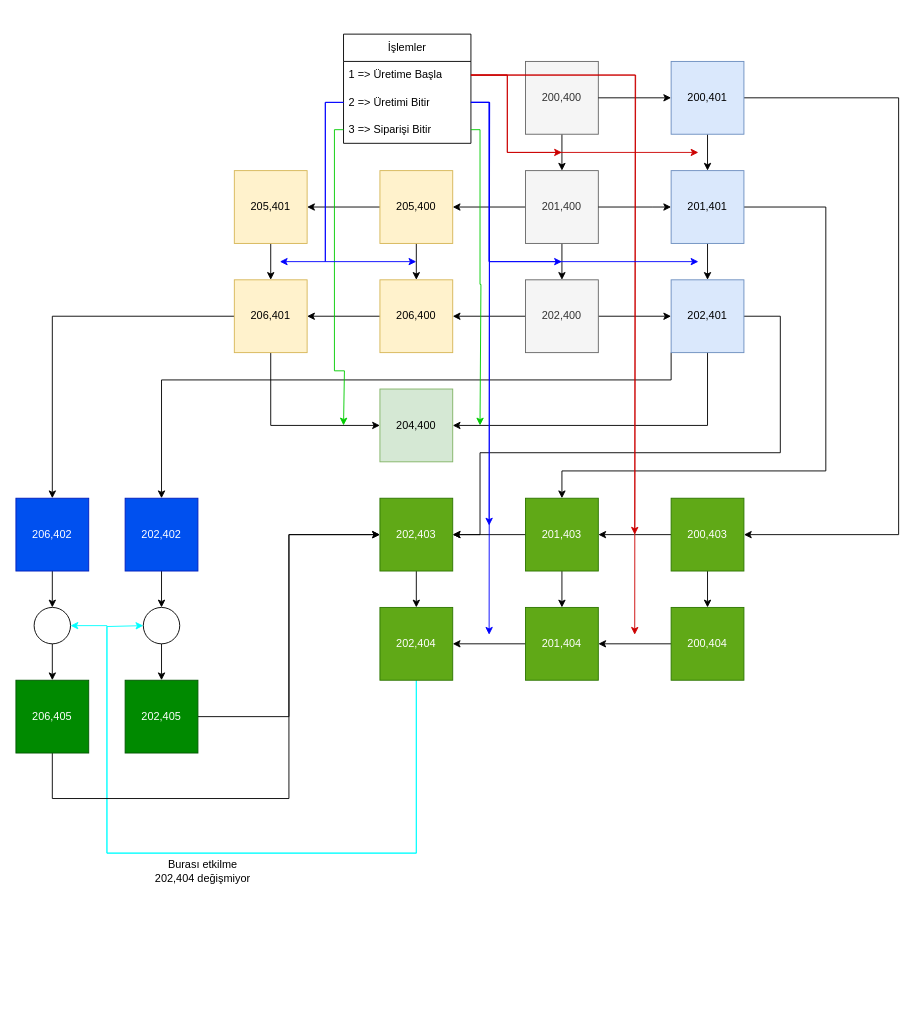
KaanAkcan1/Charts keeps this draw.io diagram as Başlıksız Diyagram.drawio. Above is the earlier version. Source tidied: cells renumbered, new cells numbered last; positions are measured from the earlier drawing's top-left corner, leaving out a move shared by most shapes. Both pictures are drawn from the tidied source at 91%, with x=0, y=0 at pixel (15, 34).
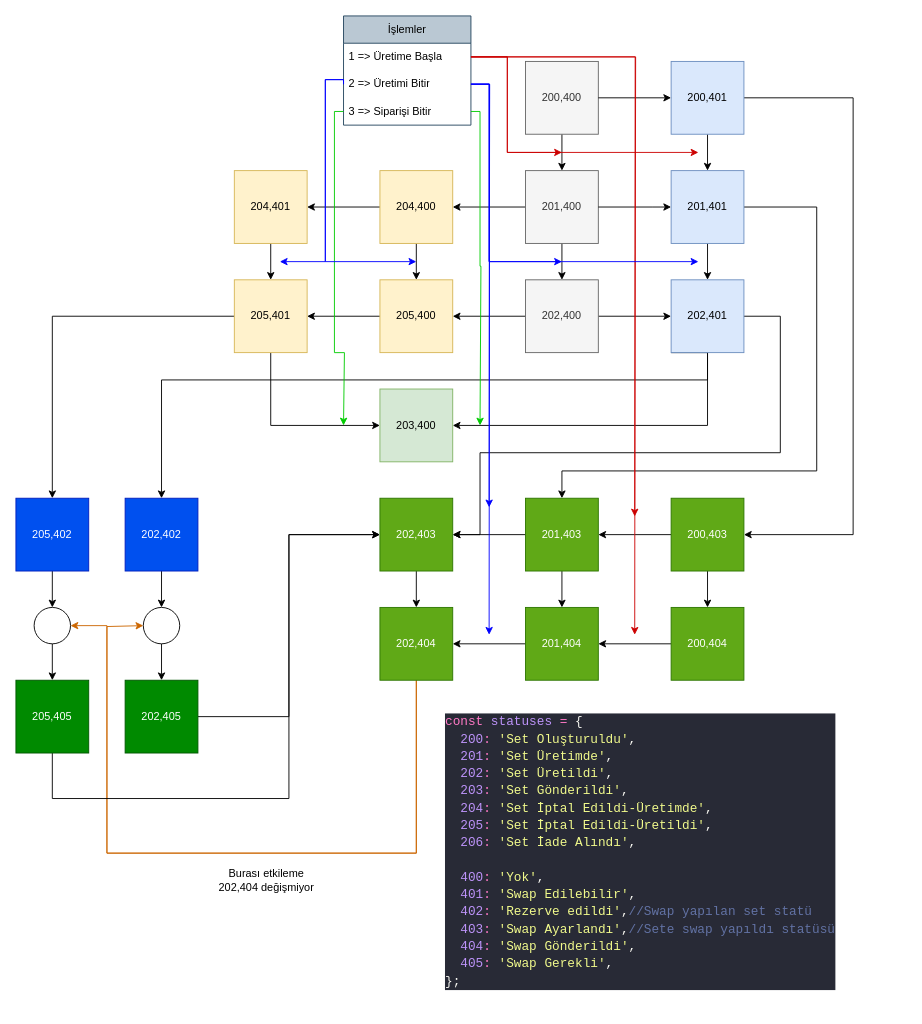
The same page after the edit.

The change refers to these unchanged cells:
```xml
<mxCell id="10" value="200,401" style="whiteSpace=wrap;html=1;fillColor=#dae8fc;strokeColor=#6c8ebf;" parent="1" vertex="1">
  <mxGeometry x="720" y="30" width="80" height="80" as="geometry" />
</mxCell>
<mxCell id="16" value="201,401" style="whiteSpace=wrap;html=1;fillColor=#dae8fc;strokeColor=#6c8ebf;" parent="1" vertex="1">
  <mxGeometry x="720" y="150" width="80" height="80" as="geometry" />
</mxCell>
<mxCell id="20" value="202,401" style="whiteSpace=wrap;html=1;fillColor=#dae8fc;strokeColor=#6c8ebf;" parent="1" vertex="1">
  <mxGeometry x="720" y="270" width="80" height="80" as="geometry" />
</mxCell>
<mxCell id="36" value="200,403" style="whiteSpace=wrap;html=1;fillColor=#60a917;strokeColor=#2D7600;fontColor=#ffffff;" parent="1" vertex="1">
  <mxGeometry x="720" y="510" width="80" height="80" as="geometry" />
</mxCell>
<mxCell id="41" value="201,403" style="whiteSpace=wrap;html=1;fillColor=#60a917;fontColor=#ffffff;strokeColor=#2D7600;" parent="1" vertex="1">
  <mxGeometry x="560" y="510" width="80" height="80" as="geometry" />
</mxCell>
<mxCell id="48" value="202,404" style="whiteSpace=wrap;html=1;fillColor=#60a917;fontColor=#ffffff;strokeColor=#2D7600;" parent="1" vertex="1">
  <mxGeometry x="400" y="630" width="80" height="80" as="geometry" />
</mxCell>
<mxCell id="50" value="202,402" style="whiteSpace=wrap;html=1;fillColor=#0050ef;fontColor=#ffffff;strokeColor=#001DBC;" parent="1" vertex="1">
  <mxGeometry x="120" y="510" width="80" height="80" as="geometry" />
</mxCell>
<mxCell id="59" style="ellipse;whiteSpace=wrap;html=1;" parent="1" vertex="1">
  <mxGeometry x="20" y="630" width="40" height="40" as="geometry" />
</mxCell>
<mxCell id="65" value="1 =&amp;gt; Üretime Başla" style="text;strokeColor=none;fillColor=none;align=left;verticalAlign=middle;spacingLeft=4;spacingRight=4;overflow=hidden;points=[[0,0.5],[1,0.5]];portConstraint=eastwest;whiteSpace=wrap;html=1;" parent="62" vertex="1">
  <mxGeometry y="30" width="140" height="30" as="geometry" />
</mxCell>
<mxCell id="68" value="2 =&amp;gt; Üretimi Bitir" style="text;strokeColor=none;fillColor=none;align=left;verticalAlign=middle;spacingLeft=4;spacingRight=4;overflow=hidden;points=[[0,0.5],[1,0.5]];portConstraint=eastwest;whiteSpace=wrap;html=1;" parent="62" vertex="1">
  <mxGeometry y="60" width="140" height="30" as="geometry" />
</mxCell>
<mxCell id="71" value="3 =&amp;gt; Siparişi Bitir" style="text;strokeColor=none;fillColor=none;align=left;verticalAlign=middle;spacingLeft=4;spacingRight=4;overflow=hidden;points=[[0,0.5],[1,0.5]];portConstraint=eastwest;whiteSpace=wrap;html=1;" parent="62" vertex="1">
  <mxGeometry y="90" width="140" height="30" as="geometry" />
</mxCell>
```

Change to the diagram source:
```diff
@@
     <mxCell id="9" style="edgeStyle=orthogonalEdgeStyle;rounded=0;jettySize=auto;html=1;entryX=1;entryY=0.5;entryDx=0;entryDy=0;" parent="1" edge="1" source="10" target="36">
       <mxGeometry relative="1" as="geometry">
         <Array as="points">
-          <mxPoint x="970" y="70" />
-          <mxPoint x="970" y="550" />
+          <mxPoint x="920" y="70" />
+          <mxPoint x="920" y="550" />
         </Array>
       </mxGeometry>
     </mxCell>
@@
     <mxCell id="15" style="edgeStyle=orthogonalEdgeStyle;rounded=0;jettySize=auto;html=1;" parent="1" edge="1" source="16" target="41">
       <mxGeometry relative="1" as="geometry">
         <Array as="points">
-          <mxPoint x="890" y="190" />
-          <mxPoint x="890" y="480" />
+          <mxPoint x="880" y="190" />
+          <mxPoint x="880" y="480" />
           <mxPoint x="600" y="480" />
         </Array>
       </mxGeometry>
     </mxCell>
@@
     <mxCell id="19" style="edgeStyle=orthogonalEdgeStyle;rounded=0;jettySize=auto;html=1;exitX=0;exitY=1;exitDx=0;exitDy=0;entryX=0.5;entryY=0;entryDx=0;entryDy=0;" parent="1" edge="1" source="20" target="50">
       <mxGeometry relative="1" as="geometry">
         <Array as="points">
-          <mxPoint x="720" y="380" />
+          <mxPoint x="760" y="350" />
+          <mxPoint x="760" y="380" />
           <mxPoint x="160" y="380" />
         </Array>
       </mxGeometry>
     </mxCell>
@@
-    <mxCell id="21" value="204,400" style="whiteSpace=wrap;html=1;fillColor=#d5e8d4;strokeColor=#82b366;" parent="1" vertex="1">
+    <mxCell id="21" value="203,400" style="whiteSpace=wrap;html=1;fillColor=#d5e8d4;strokeColor=#82b366;" parent="1" vertex="1">
       <mxGeometry x="400" y="390" width="80" height="80" as="geometry" />
     </mxCell>
@@
-    <mxCell id="25" value="205,400" style="whiteSpace=wrap;html=1;fillColor=#fff2cc;strokeColor=#d6b656;" parent="1" vertex="1">
+    <mxCell id="25" value="204,400" style="whiteSpace=wrap;html=1;fillColor=#fff2cc;strokeColor=#d6b656;" parent="1" vertex="1">
       <mxGeometry x="400" y="150" width="80" height="80" as="geometry" />
     </mxCell>
@@
-    <mxCell id="27" value="206,400" style="whiteSpace=wrap;html=1;fillColor=#fff2cc;strokeColor=#d6b656;" parent="1" vertex="1">
+    <mxCell id="27" value="205,400" style="whiteSpace=wrap;html=1;fillColor=#fff2cc;strokeColor=#d6b656;" parent="1" vertex="1">
       <mxGeometry x="400" y="270" width="80" height="80" as="geometry" />
     </mxCell>
@@
-    <mxCell id="29" value="205,401" style="whiteSpace=wrap;html=1;fillColor=#fff2cc;strokeColor=#d6b656;" parent="1" vertex="1">
+    <mxCell id="29" value="204,401" style="whiteSpace=wrap;html=1;fillColor=#fff2cc;strokeColor=#d6b656;" parent="1" vertex="1">
       <mxGeometry x="240" y="150" width="80" height="80" as="geometry" />
     </mxCell>
@@
-    <mxCell id="32" value="206,401" style="whiteSpace=wrap;html=1;fillColor=#fff2cc;strokeColor=#d6b656;" parent="1" vertex="1">
+    <mxCell id="32" value="205,401" style="whiteSpace=wrap;html=1;fillColor=#fff2cc;strokeColor=#d6b656;" parent="1" vertex="1">
       <mxGeometry x="240" y="270" width="80" height="80" as="geometry" />
     </mxCell>
@@
-    <mxCell id="46" style="edgeStyle=orthogonalEdgeStyle;rounded=0;jettySize=auto;html=1;strokeColor=#00FFFF;" parent="1" edge="1" source="48">
+    <mxCell id="46" style="edgeStyle=orthogonalEdgeStyle;rounded=0;jettySize=auto;html=1;strokeColor=#CC6600;" parent="1" edge="1" source="48">
       <mxGeometry relative="1" as="geometry">
         <mxPoint x="140" y="650" as="targetPoint" />
         <Array as="points">
           <mxPoint x="440" y="900" />
           <mxPoint x="100" y="900" />
           <mxPoint x="100" y="651" />
         </Array>
       </mxGeometry>
     </mxCell>
-    <mxCell id="47" style="edgeStyle=orthogonalEdgeStyle;rounded=0;jettySize=auto;html=1;entryX=1;entryY=0.5;entryDx=0;entryDy=0;strokeColor=#00FFFF;" parent="1" edge="1" source="48" target="59">
+    <mxCell id="47" style="edgeStyle=orthogonalEdgeStyle;rounded=0;jettySize=auto;html=1;entryX=1;entryY=0.5;entryDx=0;entryDy=0;strokeColor=#CC6600;" parent="1" edge="1" source="48" target="59">
       <mxGeometry relative="1" as="geometry">
         <Array as="points">
           <mxPoint x="440" y="900" />
           <mxPoint x="100" y="900" />
           <mxPoint x="100" y="650" />
         </Array>
       </mxGeometry>
     </mxCell>
@@
-    <mxCell id="52" value="206,402" style="whiteSpace=wrap;html=1;fillColor=#0050ef;fontColor=#ffffff;strokeColor=#001DBC;" parent="1" vertex="1">
+    <mxCell id="52" value="205,402" style="whiteSpace=wrap;html=1;fillColor=#0050ef;fontColor=#ffffff;strokeColor=#001DBC;" parent="1" vertex="1">
       <mxGeometry y="510" width="80" height="80" as="geometry" />
     </mxCell>
@@
-    <mxCell id="57" value="Burası etkilme&lt;br&gt;202,404 değişmiyor" style="text;html=1;align=center;verticalAlign=middle;strokeColor=none;fillColor=none;" parent="1" vertex="1">
-      <mxGeometry x="140" y="900" width="130" height="40" as="geometry" />
+    <mxCell id="57" value="Burası etkileme&lt;br&gt;202,404 değişmiyor" style="text;html=1;align=center;verticalAlign=middle;strokeColor=none;fillColor=none;" parent="1" vertex="1">
+      <mxGeometry x="210" y="910" width="130" height="40" as="geometry" />
     </mxCell>
@@
-    <mxCell id="61" value="206,405" style="whiteSpace=wrap;html=1;fillColor=#008a00;fontColor=#ffffff;strokeColor=#005700;" parent="1" vertex="1">
+    <mxCell id="61" value="205,405" style="whiteSpace=wrap;html=1;fillColor=#008a00;fontColor=#ffffff;strokeColor=#005700;" parent="1" vertex="1">
       <mxGeometry y="710" width="80" height="80" as="geometry" />
     </mxCell>
-    <mxCell id="62" value="İşlemler" style="swimlane;fontStyle=0;horizontal=1;startSize=30;whiteSpace=wrap;html=1;" parent="1" vertex="1">
-      <mxGeometry x="360" width="140" height="120" as="geometry" />
+    <mxCell id="62" value="İşlemler" style="swimlane;fontStyle=0;horizontal=1;startSize=30;whiteSpace=wrap;html=1;fillColor=#bac8d3;strokeColor=#23445d;" parent="1" vertex="1">
+      <mxGeometry x="360" y="-20" width="140" height="120" as="geometry" />
     </mxCell>
@@
     <mxCell id="64" style="edgeStyle=orthogonalEdgeStyle;rounded=0;jettySize=auto;html=1;exitX=1;exitY=0.5;exitDx=0;exitDy=0;strokeColor=#CC0000;" parent="62" edge="1" source="65">
       <mxGeometry relative="1" as="geometry">
-        <mxPoint x="320" y="660" as="targetPoint" />
+        <mxPoint x="320" y="680" as="targetPoint" />
       </mxGeometry>
     </mxCell>
@@
     <mxCell id="67" style="edgeStyle=orthogonalEdgeStyle;rounded=0;jettySize=auto;html=1;exitX=1;exitY=0.5;exitDx=0;exitDy=0;strokeColor=#0000FF;" parent="62" edge="1" source="68">
       <mxGeometry relative="1" as="geometry">
-        <mxPoint x="160" y="660" as="targetPoint" />
+        <mxPoint x="160" y="680" as="targetPoint" />
       </mxGeometry>
     </mxCell>
@@
     <mxCell id="69" style="edgeStyle=orthogonalEdgeStyle;rounded=0;jettySize=auto;html=1;strokeColor=#00CC00;" parent="62" edge="1" source="71">
       <mxGeometry relative="1" as="geometry">
-        <mxPoint y="430" as="targetPoint" />
+        <mxPoint y="450" as="targetPoint" />
         <Array as="points">
           <mxPoint x="-10" y="105" />
           <mxPoint x="-10" y="370" />
           <mxPoint x="1" y="370" />
         </Array>
       </mxGeometry>
     </mxCell>
     <mxCell id="70" style="edgeStyle=orthogonalEdgeStyle;rounded=0;jettySize=auto;html=1;exitX=1;exitY=0.5;exitDx=0;exitDy=0;strokeColor=#00CC00;" parent="62" edge="1" source="71">
       <mxGeometry relative="1" as="geometry">
-        <mxPoint x="150" y="430" as="targetPoint" />
+        <mxPoint x="150" y="450" as="targetPoint" />
         <Array as="points">
           <mxPoint x="150" y="105" />
           <mxPoint x="150" y="275" />
           <mxPoint x="151" y="275" />
         </Array>
       </mxGeometry>
     </mxCell>
@@
     <mxCell id="72" style="edgeStyle=orthogonalEdgeStyle;rounded=0;jettySize=auto;html=1;exitX=1;exitY=0.5;exitDx=0;exitDy=0;strokeColor=#CC0000;" parent="1" edge="1" source="65">
       <mxGeometry relative="1" as="geometry">
         <mxPoint x="600" y="130" as="targetPoint" />
         <Array as="points">
-          <mxPoint x="540" y="45" />
+          <mxPoint x="540" y="25" />
           <mxPoint x="540" y="130" />
         </Array>
       </mxGeometry>
     </mxCell>
     <mxCell id="73" style="edgeStyle=orthogonalEdgeStyle;rounded=0;jettySize=auto;html=1;exitX=1;exitY=0.5;exitDx=0;exitDy=0;strokeColor=#CC0000;" parent="1" edge="1" source="65">
       <mxGeometry relative="1" as="geometry">
         <mxPoint x="750" y="130" as="targetPoint" />
         <Array as="points">
-          <mxPoint x="540" y="45" />
+          <mxPoint x="540" y="25" />
           <mxPoint x="540" y="130" />
         </Array>
       </mxGeometry>
     </mxCell>
     <mxCell id="74" style="edgeStyle=orthogonalEdgeStyle;rounded=0;jettySize=auto;html=1;strokeColor=#0000FF;" parent="1" edge="1" source="68">
       <mxGeometry relative="1" as="geometry">
         <mxPoint x="600" y="250" as="targetPoint" />
         <Array as="points">
-          <mxPoint x="520" y="75" />
+          <mxPoint x="520" y="55" />
           <mxPoint x="520" y="250" />
         </Array>
       </mxGeometry>
     </mxCell>
     <mxCell id="75" style="edgeStyle=orthogonalEdgeStyle;rounded=0;jettySize=auto;html=1;strokeColor=#0000FF;" parent="1" edge="1" source="68">
       <mxGeometry relative="1" as="geometry">
         <mxPoint x="750" y="250" as="targetPoint" />
         <Array as="points">
-          <mxPoint x="520" y="75" />
+          <mxPoint x="520" y="55" />
           <mxPoint x="520" y="250" />
         </Array>
       </mxGeometry>
     </mxCell>
     <mxCell id="76" style="edgeStyle=orthogonalEdgeStyle;rounded=0;jettySize=auto;html=1;exitX=0;exitY=0.5;exitDx=0;exitDy=0;strokeColor=#0000FF;" parent="1" edge="1" source="68">
       <mxGeometry relative="1" as="geometry">
         <mxPoint x="290" y="250" as="targetPoint" />
         <Array as="points">
-          <mxPoint x="340" y="75" />
+          <mxPoint x="360" y="50" />
+          <mxPoint x="340" y="50" />
           <mxPoint x="340" y="250" />
         </Array>
       </mxGeometry>
     </mxCell>
     <mxCell id="77" style="edgeStyle=orthogonalEdgeStyle;rounded=0;jettySize=auto;html=1;exitX=0;exitY=0.5;exitDx=0;exitDy=0;strokeColor=#0000FF;" parent="1" edge="1" source="68">
       <mxGeometry relative="1" as="geometry">
         <mxPoint x="440" y="250" as="targetPoint" />
         <Array as="points">
-          <mxPoint x="340" y="75" />
+          <mxPoint x="360" y="50" />
+          <mxPoint x="340" y="50" />
           <mxPoint x="340" y="250" />
         </Array>
       </mxGeometry>
     </mxCell>
+    <mxCell id="78" value="&lt;div style=&quot;color: #f8f8f2;background-color: #282a36;font-family: Consolas, 'Courier New', monospace;font-weight: normal;font-size: 14px;line-height: 19px;white-space: pre;&quot;&gt;&lt;div&gt;&lt;span style=&quot;color: #ff79c6;&quot;&gt;const&lt;/span&gt;&lt;span style=&quot;color: #f8f8f2;&quot;&gt; &lt;/span&gt;&lt;span style=&quot;color: #bd93f9;&quot;&gt;statuses&lt;/span&gt;&lt;span style=&quot;color: #f8f8f2;&quot;&gt; &lt;/span&gt;&lt;span style=&quot;color: #ff79c6;&quot;&gt;=&lt;/span&gt;&lt;span style=&quot;color: #f8f8f2;&quot;&gt; {&lt;/span&gt;&lt;/div&gt;&lt;div&gt;&lt;span style=&quot;color: #f8f8f2;&quot;&gt;&amp;nbsp; &lt;/span&gt;&lt;span style=&quot;color: #bd93f9;&quot;&gt;200&lt;/span&gt;&lt;span style=&quot;color: #ff79c6;&quot;&gt;:&lt;/span&gt;&lt;span style=&quot;color: #f8f8f2;&quot;&gt; &lt;/span&gt;&lt;span style=&quot;color: #e9f284;&quot;&gt;'&lt;/span&gt;&lt;span style=&quot;color: #f1fa8c;&quot;&gt;Set Oluşturuldu&lt;/span&gt;&lt;span style=&quot;color: #e9f284;&quot;&gt;'&lt;/span&gt;&lt;span style=&quot;color: #f8f8f2;&quot;&gt;,&lt;/span&gt;&lt;/div&gt;&lt;div&gt;&lt;span style=&quot;color: #f8f8f2;&quot;&gt;&amp;nbsp; &lt;/span&gt;&lt;span style=&quot;color: #bd93f9;&quot;&gt;201&lt;/span&gt;&lt;span style=&quot;color: #ff79c6;&quot;&gt;:&lt;/span&gt;&lt;span style=&quot;color: #f8f8f2;&quot;&gt; &lt;/span&gt;&lt;span style=&quot;color: #e9f284;&quot;&gt;'&lt;/span&gt;&lt;span style=&quot;color: #f1fa8c;&quot;&gt;Set Üretimde&lt;/span&gt;&lt;span style=&quot;color: #e9f284;&quot;&gt;'&lt;/span&gt;&lt;span style=&quot;color: #f8f8f2;&quot;&gt;,&lt;/span&gt;&lt;/div&gt;&lt;div&gt;&lt;span style=&quot;color: #f8f8f2;&quot;&gt;&amp;nbsp; &lt;/span&gt;&lt;span style=&quot;color: #bd93f9;&quot;&gt;202&lt;/span&gt;&lt;span style=&quot;color: #ff79c6;&quot;&gt;:&lt;/span&gt;&lt;span style=&quot;color: #f8f8f2;&quot;&gt; &lt;/span&gt;&lt;span style=&quot;color: #e9f284;&quot;&gt;'&lt;/span&gt;&lt;span style=&quot;color: #f1fa8c;&quot;&gt;Set Üretildi&lt;/span&gt;&lt;span style=&quot;color: #e9f284;&quot;&gt;'&lt;/span&gt;&lt;span style=&quot;color: #f8f8f2;&quot;&gt;,&lt;/span&gt;&lt;/div&gt;&lt;div&gt;&lt;span style=&quot;color: #f8f8f2;&quot;&gt;&amp;nbsp; &lt;/span&gt;&lt;span style=&quot;color: #bd93f9;&quot;&gt;203&lt;/span&gt;&lt;span style=&quot;color: #ff79c6;&quot;&gt;:&lt;/span&gt;&lt;span style=&quot;color: #f8f8f2;&quot;&gt; &lt;/span&gt;&lt;span style=&quot;color: #e9f284;&quot;&gt;'&lt;/span&gt;&lt;span style=&quot;color: #f1fa8c;&quot;&gt;Set Gönderildi&lt;/span&gt;&lt;span style=&quot;color: #e9f284;&quot;&gt;'&lt;/span&gt;&lt;span style=&quot;color: #f8f8f2;&quot;&gt;,&lt;/span&gt;&lt;/div&gt;&lt;div&gt;&lt;span style=&quot;color: #f8f8f2;&quot;&gt;&amp;nbsp; &lt;/span&gt;&lt;span style=&quot;color: #bd93f9;&quot;&gt;204&lt;/span&gt;&lt;span style=&quot;color: #ff79c6;&quot;&gt;:&lt;/span&gt;&lt;span style=&quot;color: #f8f8f2;&quot;&gt; &lt;/span&gt;&lt;span style=&quot;color: #e9f284;&quot;&gt;'&lt;/span&gt;&lt;span style=&quot;color: #f1fa8c;&quot;&gt;Set İptal Edildi-Üretimde&lt;/span&gt;&lt;span style=&quot;color: #e9f284;&quot;&gt;'&lt;/span&gt;&lt;span style=&quot;color: #f8f8f2;&quot;&gt;,&lt;/span&gt;&lt;/div&gt;&lt;div&gt;&lt;span style=&quot;color: #f8f8f2;&quot;&gt;&amp;nbsp; &lt;/span&gt;&lt;span style=&quot;color: #bd93f9;&quot;&gt;205&lt;/span&gt;&lt;span style=&quot;color: #ff79c6;&quot;&gt;:&lt;/span&gt;&lt;span style=&quot;color: #f8f8f2;&quot;&gt; &lt;/span&gt;&lt;span style=&quot;color: #e9f284;&quot;&gt;'&lt;/span&gt;&lt;span style=&quot;color: #f1fa8c;&quot;&gt;Set İptal Edildi-Üretildi&lt;/span&gt;&lt;span style=&quot;color: #e9f284;&quot;&gt;'&lt;/span&gt;&lt;span style=&quot;color: #f8f8f2;&quot;&gt;,&lt;/span&gt;&lt;/div&gt;&lt;div&gt;&lt;span style=&quot;color: #f8f8f2;&quot;&gt;&amp;nbsp; &lt;/span&gt;&lt;span style=&quot;color: #bd93f9;&quot;&gt;206&lt;/span&gt;&lt;span style=&quot;color: #ff79c6;&quot;&gt;:&lt;/span&gt;&lt;span style=&quot;color: #f8f8f2;&quot;&gt; &lt;/span&gt;&lt;span style=&quot;color: #e9f284;&quot;&gt;'&lt;/span&gt;&lt;span style=&quot;color: #f1fa8c;&quot;&gt;Set İade Alındı&lt;/span&gt;&lt;span style=&quot;color: #e9f284;&quot;&gt;'&lt;/span&gt;&lt;span style=&quot;color: #f8f8f2;&quot;&gt;,&lt;/span&gt;&lt;/div&gt;&lt;br&gt;&lt;div&gt;&lt;span style=&quot;color: #f8f8f2;&quot;&gt;&amp;nbsp; &lt;/span&gt;&lt;span style=&quot;color: #bd93f9;&quot;&gt;400&lt;/span&gt;&lt;span style=&quot;color: #ff79c6;&quot;&gt;:&lt;/span&gt;&lt;span style=&quot;color: #f8f8f2;&quot;&gt; &lt;/span&gt;&lt;span style=&quot;color: #e9f284;&quot;&gt;'&lt;/span&gt;&lt;span style=&quot;color: #f1fa8c;&quot;&gt;Yok&lt;/span&gt;&lt;span style=&quot;color: #e9f284;&quot;&gt;'&lt;/span&gt;&lt;span style=&quot;color: #f8f8f2;&quot;&gt;,&lt;/span&gt;&lt;/div&gt;&lt;div&gt;&lt;span style=&quot;color: #f8f8f2;&quot;&gt;&amp;nbsp; &lt;/span&gt;&lt;span style=&quot;color: #bd93f9;&quot;&gt;401&lt;/span&gt;&lt;span style=&quot;color: #ff79c6;&quot;&gt;:&lt;/span&gt;&lt;span style=&quot;color: #f8f8f2;&quot;&gt; &lt;/span&gt;&lt;span style=&quot;color: #e9f284;&quot;&gt;'&lt;/span&gt;&lt;span style=&quot;color: #f1fa8c;&quot;&gt;Swap Edilebilir&lt;/span&gt;&lt;span style=&quot;color: #e9f284;&quot;&gt;'&lt;/span&gt;&lt;span style=&quot;color: #f8f8f2;&quot;&gt;,&lt;/span&gt;&lt;/div&gt;&lt;div&gt;&lt;span style=&quot;color: #f8f8f2;&quot;&gt;&amp;nbsp; &lt;/span&gt;&lt;span style=&quot;color: #bd93f9;&quot;&gt;402&lt;/span&gt;&lt;span style=&quot;color: #ff79c6;&quot;&gt;:&lt;/span&gt;&lt;span style=&quot;color: #f8f8f2;&quot;&gt; &lt;/span&gt;&lt;span style=&quot;color: #e9f284;&quot;&gt;'&lt;/span&gt;&lt;span style=&quot;color: #f1fa8c;&quot;&gt;Rezerve edildi&lt;/span&gt;&lt;span style=&quot;color: #e9f284;&quot;&gt;'&lt;/span&gt;&lt;span style=&quot;color: #f8f8f2;&quot;&gt;,&lt;/span&gt;&lt;span style=&quot;color: #6272a4;&quot;&gt;//Swap yapılan set statü&lt;/span&gt;&lt;/div&gt;&lt;div&gt;&lt;span style=&quot;color: #f8f8f2;&quot;&gt;&amp;nbsp; &lt;/span&gt;&lt;span style=&quot;color: #bd93f9;&quot;&gt;403&lt;/span&gt;&lt;span style=&quot;color: #ff79c6;&quot;&gt;:&lt;/span&gt;&lt;span style=&quot;color: #f8f8f2;&quot;&gt; &lt;/span&gt;&lt;span style=&quot;color: #e9f284;&quot;&gt;'&lt;/span&gt;&lt;span style=&quot;color: #f1fa8c;&quot;&gt;Swap Ayarlandı&lt;/span&gt;&lt;span style=&quot;color: #e9f284;&quot;&gt;'&lt;/span&gt;&lt;span style=&quot;color: #f8f8f2;&quot;&gt;,&lt;/span&gt;&lt;span style=&quot;color: #6272a4;&quot;&gt;//Sete swap yapıldı statüsü&lt;/span&gt;&lt;/div&gt;&lt;div&gt;&lt;span style=&quot;color: #f8f8f2;&quot;&gt;&amp;nbsp; &lt;/span&gt;&lt;span style=&quot;color: #bd93f9;&quot;&gt;404&lt;/span&gt;&lt;span style=&quot;color: #ff79c6;&quot;&gt;:&lt;/span&gt;&lt;span style=&quot;color: #f8f8f2;&quot;&gt; &lt;/span&gt;&lt;span style=&quot;color: #e9f284;&quot;&gt;'&lt;/span&gt;&lt;span style=&quot;color: #f1fa8c;&quot;&gt;Swap Gönderildi&lt;/span&gt;&lt;span style=&quot;color: #e9f284;&quot;&gt;'&lt;/span&gt;&lt;span style=&quot;color: #f8f8f2;&quot;&gt;,&lt;/span&gt;&lt;/div&gt;&lt;div&gt;&lt;span style=&quot;color: #f8f8f2;&quot;&gt;&amp;nbsp; &lt;/span&gt;&lt;span style=&quot;color: #bd93f9;&quot;&gt;405&lt;/span&gt;&lt;span style=&quot;color: #ff79c6;&quot;&gt;:&lt;/span&gt;&lt;span style=&quot;color: #f8f8f2;&quot;&gt; &lt;/span&gt;&lt;span style=&quot;color: #e9f284;&quot;&gt;'&lt;/span&gt;&lt;span style=&quot;color: #f1fa8c;&quot;&gt;Swap Gerekli&lt;/span&gt;&lt;span style=&quot;color: #e9f284;&quot;&gt;'&lt;/span&gt;&lt;span style=&quot;color: #f8f8f2;&quot;&gt;, &amp;nbsp;&lt;/span&gt;&lt;/div&gt;&lt;div&gt;&lt;span style=&quot;color: #f8f8f2;&quot;&gt;};&lt;/span&gt;&lt;/div&gt;&lt;/div&gt;" style="text;whiteSpace=wrap;html=1;" parent="1" vertex="1">
+      <mxGeometry x="470" y="740" width="430" height="330" as="geometry" />
+    </mxCell>
```
